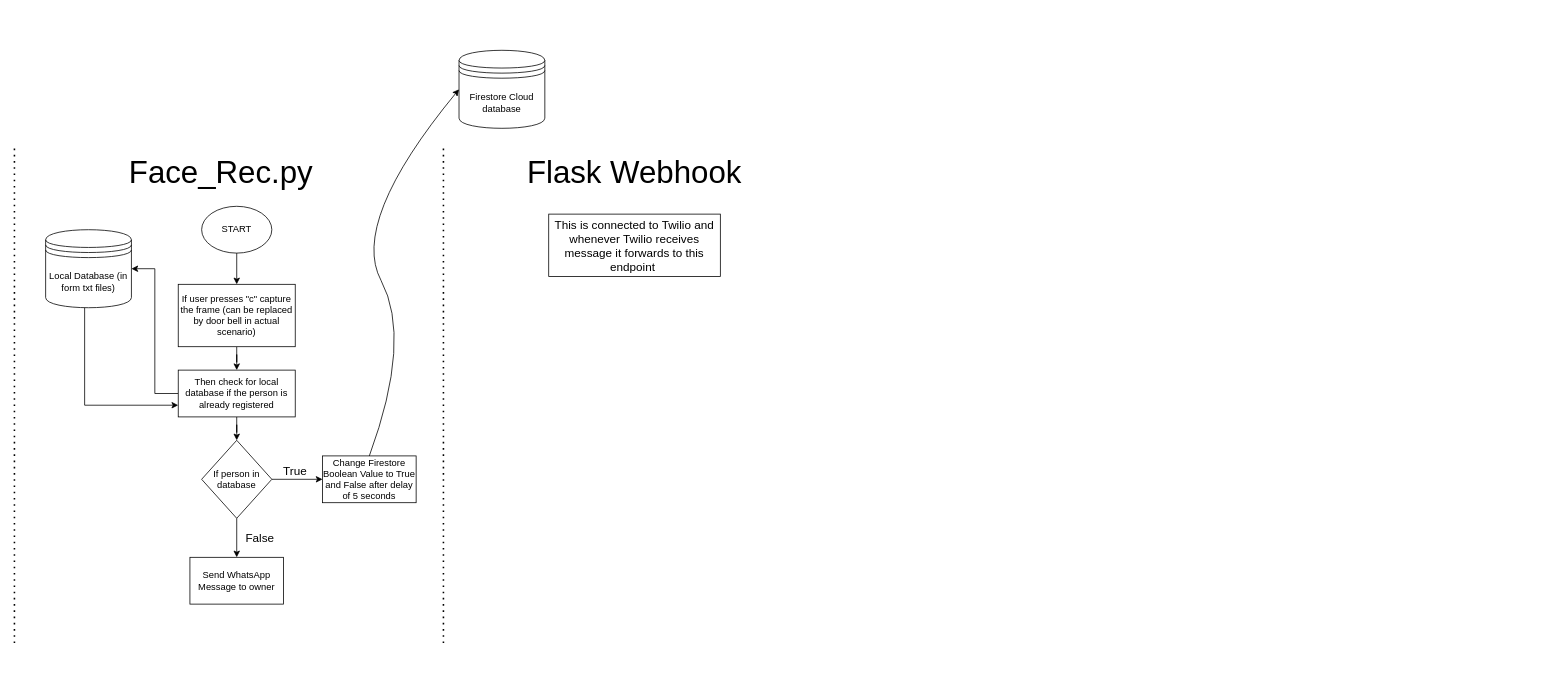
This is Untitled Diagram.drawio from TusharAMD/Library-Management, a draw.io file, before an edit. Source tidied: cells renumbered, new cells numbered last; positions are measured from the earlier drawing's top-left corner, leaving out a move shared by most shapes. Both pictures are drawn from the tidied source at 78%, with x=0, y=0 at pixel (14, 50).
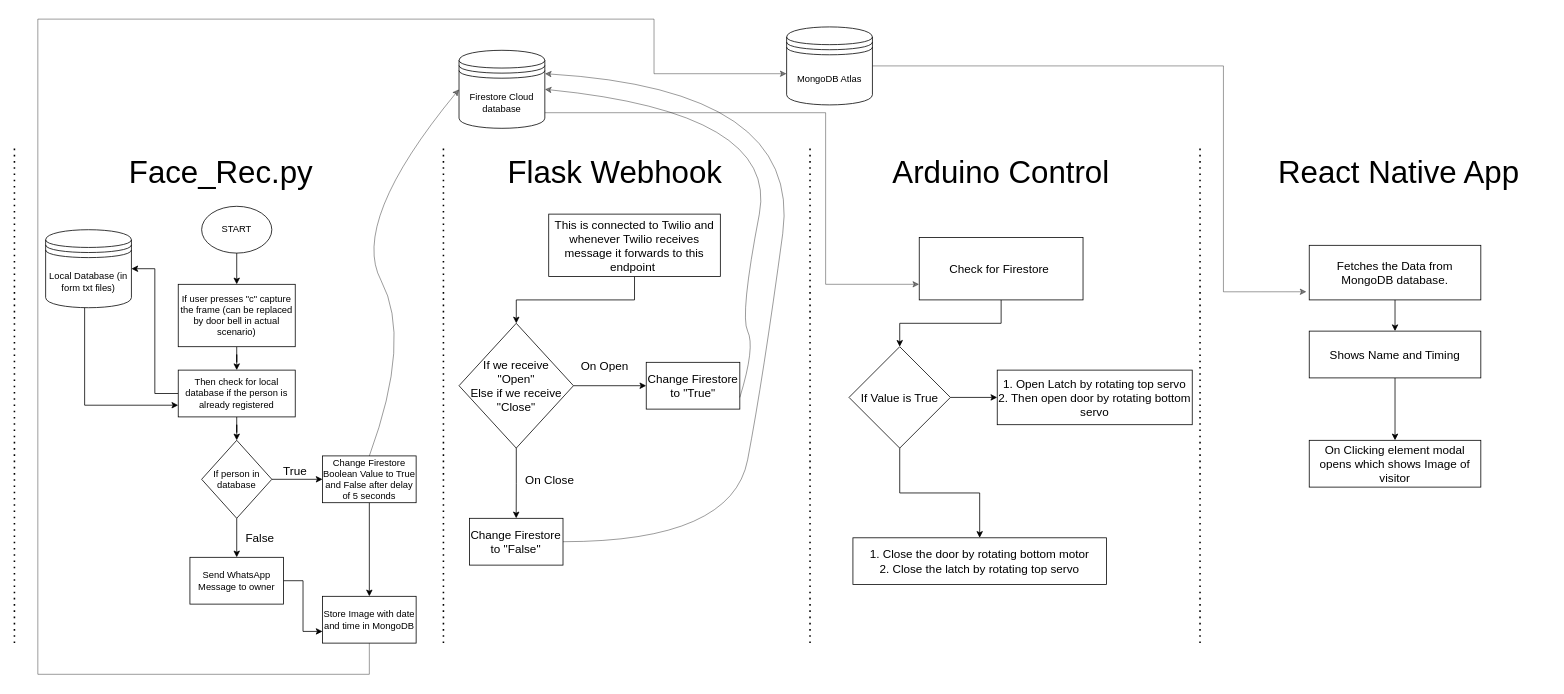
After the change.

Unchanged cells that the change refers to:
```xml
<mxCell id="16" value="Change Firestore Boolean Value to True and False after delay of 5 seconds" style="whiteSpace=wrap;html=1;" parent="1" vertex="1">
  <mxGeometry x="395" y="520" width="120" height="60" as="geometry" />
</mxCell>
<mxCell id="18" value="Firestore Cloud database" style="shape=datastore;whiteSpace=wrap;html=1;" parent="1" vertex="1">
  <mxGeometry x="570" width="110" height="100" as="geometry" />
</mxCell>
<mxCell id="20" value="Send WhatsApp Message to owner" style="whiteSpace=wrap;html=1;" parent="1" vertex="1">
  <mxGeometry x="225" y="650" width="120" height="60" as="geometry" />
</mxCell>
<mxCell id="24" value="This is connected to Twilio and whenever Twilio receives message it forwards to this endpoint&amp;nbsp;" style="rounded=0;whiteSpace=wrap;html=1;fontSize=15;" parent="1" vertex="1">
  <mxGeometry x="685" y="210" width="220" height="80" as="geometry" />
</mxCell>
```

Change to the diagram source:
```diff
@@
+    <mxCell id="25" style="edgeStyle=orthogonalEdgeStyle;rounded=0;jettySize=auto;html=1;fontSize=15;" parent="1" edge="1" source="16" target="47">
+      <mxGeometry relative="1" as="geometry" />
+    </mxCell>
@@
+    <mxCell id="26" style="edgeStyle=orthogonalEdgeStyle;rounded=0;jettySize=auto;html=1;fontSize=15;opacity=50;entryX=0;entryY=0.75;entryDx=0;entryDy=0;" parent="1" edge="1" source="18" target="42">
+      <mxGeometry relative="1" as="geometry">
+        <Array as="points">
+          <mxPoint x="1040" y="80" />
+          <mxPoint x="1040" y="300" />
+        </Array>
+      </mxGeometry>
+    </mxCell>
@@
-    <mxCell id="19" style="curved=1;endArrow=classic;html=1;rounded=0;fontSize=15;exitX=0.5;exitY=0;exitDx=0;exitDy=0;entryX=0;entryY=0.5;entryDx=0;entryDy=0;" parent="1" edge="1" source="16" target="18">
+    <mxCell id="19" style="curved=1;endArrow=classic;html=1;rounded=0;fontSize=15;exitX=0.5;exitY=0;exitDx=0;exitDy=0;entryX=0;entryY=0.5;entryDx=0;entryDy=0;opacity=50;" parent="1" edge="1" source="16" target="18">
       <mxGeometry relative="1" as="geometry">
         <Array as="points">
           <mxPoint x="510" y="370" />
           <mxPoint x="430" y="220" />
         </Array>
       </mxGeometry>
     </mxCell>
+    <mxCell id="27" style="edgeStyle=orthogonalEdgeStyle;rounded=0;jettySize=auto;html=1;entryX=0;entryY=0.75;entryDx=0;entryDy=0;fontSize=15;" parent="1" edge="1" source="20" target="47">
+      <mxGeometry relative="1" as="geometry" />
+    </mxCell>
@@
     <mxCell id="23" value="&lt;font style=&quot;font-size: 40px&quot;&gt;Flask Webhook&lt;/font&gt;" style="text;html=1;strokeColor=none;fillColor=none;align=center;verticalAlign=middle;whiteSpace=wrap;rounded=0;" parent="1" vertex="1">
-      <mxGeometry x="600" y="130" width="390" height="50" as="geometry" />
+      <mxGeometry x="575" y="130" width="390" height="50" as="geometry" />
     </mxCell>
+    <mxCell id="28" style="edgeStyle=orthogonalEdgeStyle;rounded=0;jettySize=auto;html=1;fontSize=15;" parent="1" edge="1" source="24" target="31">
+      <mxGeometry relative="1" as="geometry" />
+    </mxCell>
@@
+    <mxCell id="29" style="edgeStyle=orthogonalEdgeStyle;rounded=0;jettySize=auto;html=1;fontSize=15;" parent="1" edge="1" source="31" target="32">
+      <mxGeometry relative="1" as="geometry" />
+    </mxCell>
+    <mxCell id="30" style="edgeStyle=orthogonalEdgeStyle;rounded=0;jettySize=auto;html=1;fontSize=15;" parent="1" edge="1" source="31" target="34">
+      <mxGeometry relative="1" as="geometry" />
+    </mxCell>
+    <mxCell id="31" value="If we receive &lt;br&gt;&quot;Open&quot;&lt;br&gt;Else if we receive&lt;br&gt;&quot;Close&quot;" style="rhombus;whiteSpace=wrap;html=1;fontSize=15;rounded=0;" parent="1" vertex="1">
+      <mxGeometry x="570" y="350" width="146.7" height="160" as="geometry" />
+    </mxCell>
+    <mxCell id="32" value="Change Firestore to &quot;True&quot;" style="whiteSpace=wrap;html=1;fontSize=15;rounded=0;" parent="1" vertex="1">
+      <mxGeometry x="810" y="400" width="120" height="60" as="geometry" />
+    </mxCell>
+    <mxCell id="33" value="On Open" style="text;html=1;strokeColor=none;fillColor=none;align=center;verticalAlign=middle;whiteSpace=wrap;rounded=0;fontSize=15;" parent="1" vertex="1">
+      <mxGeometry x="716.7" y="390" width="80" height="30" as="geometry" />
+    </mxCell>
+    <mxCell id="34" value="Change Firestore to &quot;False&quot;" style="whiteSpace=wrap;html=1;fontSize=15;rounded=0;" parent="1" vertex="1">
+      <mxGeometry x="583.3" y="600" width="120" height="60" as="geometry" />
+    </mxCell>
+    <mxCell id="35" value="On Close" style="text;html=1;strokeColor=none;fillColor=none;align=center;verticalAlign=middle;whiteSpace=wrap;rounded=0;fontSize=15;" parent="1" vertex="1">
+      <mxGeometry x="643.3" y="535" width="86.7" height="30" as="geometry" />
+    </mxCell>
+    <mxCell id="36" style="endArrow=none;dashed=1;html=1;dashPattern=1 3;strokeWidth=2;rounded=0;" parent="1" edge="1">
+      <mxGeometry relative="1" as="geometry">
+        <mxPoint x="1020" y="760" as="sourcePoint" />
+        <mxPoint x="1020" y="120" as="targetPoint" />
+      </mxGeometry>
+    </mxCell>
+    <mxCell id="37" style="curved=1;endArrow=classic;html=1;rounded=0;fontSize=15;entryX=1;entryY=0.5;entryDx=0;entryDy=0;exitX=1;exitY=0.75;exitDx=0;exitDy=0;opacity=50;" parent="1" edge="1" source="32" target="18">
+      <mxGeometry relative="1" as="geometry">
+        <Array as="points">
+          <mxPoint x="950" y="380" />
+          <mxPoint x="930" y="340" />
+          <mxPoint x="980" y="80" />
+        </Array>
+      </mxGeometry>
+    </mxCell>
+    <mxCell id="38" style="curved=1;endArrow=classic;html=1;rounded=0;fontSize=15;exitX=1;exitY=0.5;exitDx=0;exitDy=0;entryX=1;entryY=0.3;entryDx=0;entryDy=0;opacity=50;" parent="1" edge="1" source="34" target="18">
+      <mxGeometry relative="1" as="geometry">
+        <Array as="points">
+          <mxPoint x="920" y="630" />
+          <mxPoint x="960" y="420" />
+          <mxPoint x="1010" y="50" />
+        </Array>
+      </mxGeometry>
+    </mxCell>
+    <mxCell id="39" style="endArrow=none;dashed=1;html=1;dashPattern=1 3;strokeWidth=2;rounded=0;" parent="1" edge="1">
+      <mxGeometry relative="1" as="geometry">
+        <mxPoint x="1520" y="760" as="sourcePoint" />
+        <mxPoint x="1520" y="120" as="targetPoint" />
+      </mxGeometry>
+    </mxCell>
+    <mxCell id="40" value="&lt;font style=&quot;font-size: 40px&quot;&gt;Arduino Control&lt;/font&gt;" style="text;html=1;strokeColor=none;fillColor=none;align=center;verticalAlign=middle;whiteSpace=wrap;rounded=0;" parent="1" vertex="1">
+      <mxGeometry x="1070" y="130" width="390" height="50" as="geometry" />
+    </mxCell>
+    <mxCell id="41" style="edgeStyle=orthogonalEdgeStyle;rounded=0;jettySize=auto;html=1;fontSize=15;" parent="1" edge="1" source="42" target="45">
+      <mxGeometry relative="1" as="geometry" />
+    </mxCell>
+    <mxCell id="42" value="Check for Firestore&amp;nbsp;" style="rounded=0;whiteSpace=wrap;html=1;fontSize=15;" parent="1" vertex="1">
+      <mxGeometry x="1160" y="240" width="210" height="80" as="geometry" />
+    </mxCell>
+    <mxCell id="43" style="edgeStyle=orthogonalEdgeStyle;rounded=0;jettySize=auto;html=1;fontSize=15;" parent="1" edge="1" source="45" target="50">
+      <mxGeometry relative="1" as="geometry" />
+    </mxCell>
+    <mxCell id="44" style="edgeStyle=orthogonalEdgeStyle;rounded=0;jettySize=auto;html=1;fontSize=15;" parent="1" edge="1" source="45" target="51">
+      <mxGeometry relative="1" as="geometry" />
+    </mxCell>
+    <mxCell id="45" value="If Value is True" style="rhombus;whiteSpace=wrap;html=1;fontSize=15;rounded=0;" parent="1" vertex="1">
+      <mxGeometry x="1070" y="380" width="130" height="130" as="geometry" />
+    </mxCell>
+    <mxCell id="46" style="edgeStyle=orthogonalEdgeStyle;rounded=0;jettySize=auto;html=1;fontSize=15;opacity=50;" parent="1" edge="1" source="47" target="49">
+      <mxGeometry relative="1" as="geometry">
+        <Array as="points">
+          <mxPoint x="455" y="800" />
+          <mxPoint x="30" y="800" />
+          <mxPoint x="30" y="-40" />
+          <mxPoint x="820" y="-40" />
+          <mxPoint x="820" y="30" />
+        </Array>
+      </mxGeometry>
+    </mxCell>
+    <mxCell id="47" value="Store Image with date and time in MongoDB" style="whiteSpace=wrap;html=1;" parent="1" vertex="1">
+      <mxGeometry x="395" y="700" width="120" height="60" as="geometry" />
+    </mxCell>
+    <mxCell id="48" style="edgeStyle=orthogonalEdgeStyle;rounded=0;jettySize=auto;html=1;fontSize=15;entryX=-0.016;entryY=0.851;entryDx=0;entryDy=0;entryPerimeter=0;opacity=50;" parent="1" edge="1" source="49" target="54">
+      <mxGeometry relative="1" as="geometry">
+        <Array as="points">
+          <mxPoint x="1550" y="20" />
+          <mxPoint x="1550" y="310" />
+        </Array>
+      </mxGeometry>
+    </mxCell>
+    <mxCell id="49" value="MongoDB Atlas" style="shape=datastore;whiteSpace=wrap;html=1;" parent="1" vertex="1">
+      <mxGeometry x="990" y="-30" width="110" height="100" as="geometry" />
+    </mxCell>
+    <mxCell id="50" value="1. Open Latch by rotating top servo&lt;br&gt;2. Then open door by rotating bottom servo" style="whiteSpace=wrap;html=1;fontSize=15;rounded=0;" parent="1" vertex="1">
+      <mxGeometry x="1260" y="410" width="250" height="70" as="geometry" />
+    </mxCell>
+    <mxCell id="51" value="1. Close the door by rotating bottom motor&lt;br&gt;2. Close the latch by rotating top servo" style="whiteSpace=wrap;html=1;fontSize=15;rounded=0;" parent="1" vertex="1">
+      <mxGeometry x="1075" y="625" width="325" height="60" as="geometry" />
+    </mxCell>
+    <mxCell id="52" value="&lt;font style=&quot;font-size: 40px&quot;&gt;React Native App&lt;/font&gt;" style="text;html=1;strokeColor=none;fillColor=none;align=center;verticalAlign=middle;whiteSpace=wrap;rounded=0;" parent="1" vertex="1">
+      <mxGeometry x="1580" y="130" width="390" height="50" as="geometry" />
+    </mxCell>
+    <mxCell id="53" style="edgeStyle=orthogonalEdgeStyle;rounded=0;jettySize=auto;html=1;fontSize=15;" parent="1" edge="1" source="54" target="56">
+      <mxGeometry relative="1" as="geometry" />
+    </mxCell>
+    <mxCell id="54" value="Fetches the Data from MongoDB database." style="rounded=0;whiteSpace=wrap;html=1;fontSize=15;" parent="1" vertex="1">
+      <mxGeometry x="1660" y="250" width="220" height="70" as="geometry" />
+    </mxCell>
+    <mxCell id="55" style="edgeStyle=orthogonalEdgeStyle;rounded=0;jettySize=auto;html=1;fontSize=15;" parent="1" edge="1" source="56" target="57">
+      <mxGeometry relative="1" as="geometry" />
+    </mxCell>
+    <mxCell id="56" value="Shows Name and Timing" style="whiteSpace=wrap;html=1;fontSize=15;rounded=0;" parent="1" vertex="1">
+      <mxGeometry x="1660" y="360" width="220" height="60" as="geometry" />
+    </mxCell>
+    <mxCell id="57" value="On Clicking element modal opens which shows Image of visitor" style="whiteSpace=wrap;html=1;fontSize=15;rounded=0;" parent="1" vertex="1">
+      <mxGeometry x="1660" y="500" width="220" height="60" as="geometry" />
+    </mxCell>
```
